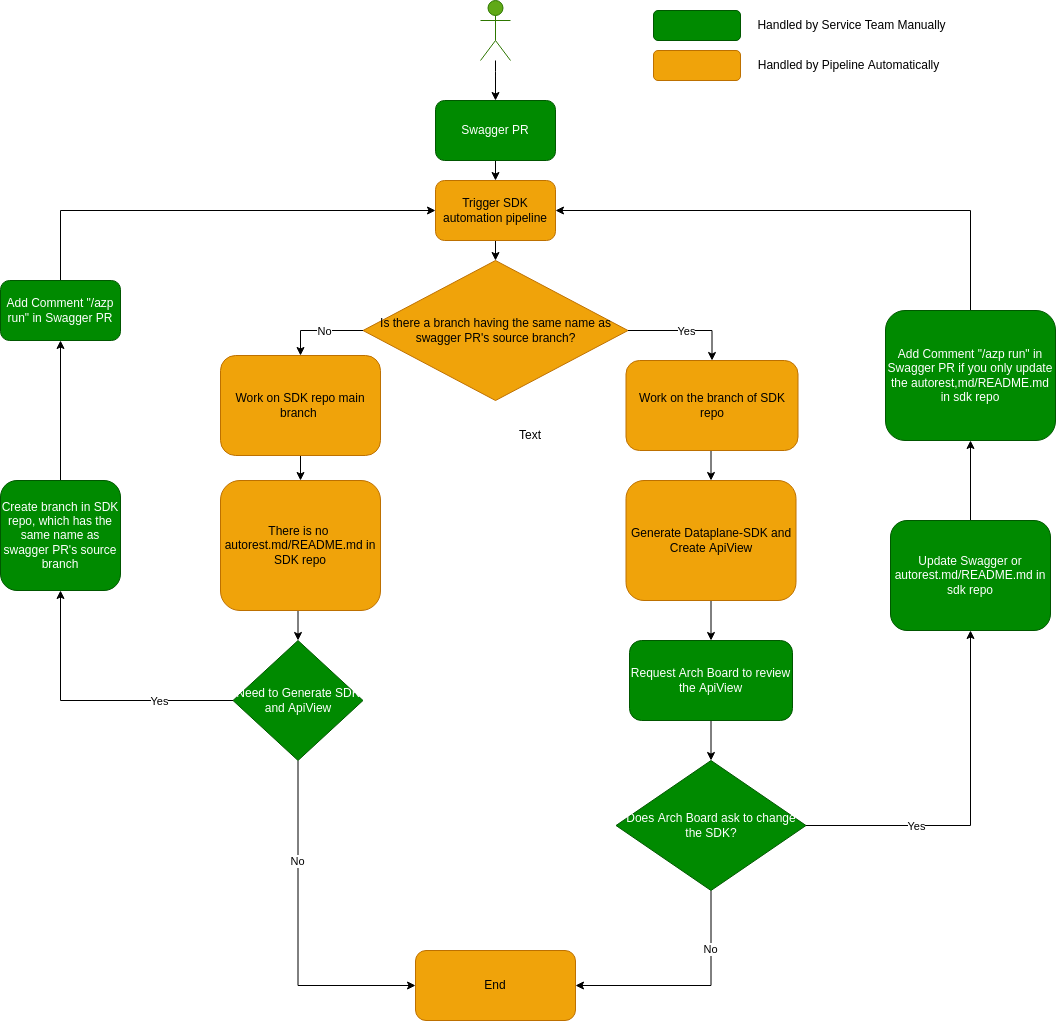
This is documentation/onboard-dpg-in-sdkautomation/workflow-new-sdk.drawio.png from Azure/azure-rest-api-specs, a draw.io export, as it was before one commit. Source tidied: cells renumbered, new cells last; positions are measured from the earlier drawing's top-left corner, leaving out a move shared by most shapes. Its diagram source:
```xml
<mxGraphModel>
  <root>
    <mxCell id="0" />
    <mxCell id="1" parent="0" />
    <mxCell id="2" style="edgeStyle=orthogonalEdgeStyle;rounded=0;jettySize=auto;html=1;entryX=0.5;entryY=0;entryDx=0;entryDy=0;" parent="1" edge="1" source="3" target="5">
      <mxGeometry relative="1" as="geometry" />
    </mxCell>
    <mxCell id="3" value="Actor" style="shape=umlActor;verticalLabelPosition=bottom;verticalAlign=top;html=1;outlineConnect=0;fillColor=#60a917;fontColor=#ffffff;strokeColor=#2D7600;" parent="1" vertex="1">
      <mxGeometry x="480" width="30" height="60" as="geometry" />
    </mxCell>
    <mxCell id="4" style="edgeStyle=orthogonalEdgeStyle;rounded=0;jettySize=auto;html=1;exitX=0.5;exitY=1;exitDx=0;exitDy=0;entryX=0.5;entryY=0;entryDx=0;entryDy=0;" parent="1" edge="1" source="5" target="28">
      <mxGeometry relative="1" as="geometry" />
    </mxCell>
    <mxCell id="5" value="Swagger PR" style="rounded=1;whiteSpace=wrap;html=1;fillColor=#008a00;fontColor=#ffffff;strokeColor=#005700;" parent="1" vertex="1">
      <mxGeometry x="435" y="100" width="120" height="60" as="geometry" />
    </mxCell>
    <mxCell id="6" style="edgeStyle=orthogonalEdgeStyle;rounded=0;jettySize=auto;html=1;exitX=0;exitY=0.5;exitDx=0;exitDy=0;entryX=0.5;entryY=0;entryDx=0;entryDy=0;" parent="1" edge="1" source="10" target="12">
      <mxGeometry relative="1" as="geometry" />
    </mxCell>
    <mxCell id="7" value="No" style="edgeLabel;html=1;align=center;verticalAlign=middle;" parent="6" vertex="1">
      <mxGeometry x="0.12" y="1" relative="1" as="geometry">
        <mxPoint x="10" y="-1" as="offset" />
      </mxGeometry>
    </mxCell>
    <mxCell id="8" style="edgeStyle=orthogonalEdgeStyle;rounded=0;jettySize=auto;html=1;exitX=1;exitY=0.5;exitDx=0;exitDy=0;entryX=0.5;entryY=0;entryDx=0;entryDy=0;" parent="1" edge="1" source="10" target="17">
      <mxGeometry relative="1" as="geometry" />
    </mxCell>
    <mxCell id="9" value="Yes" style="edgeLabel;html=1;align=center;verticalAlign=middle;" parent="8" vertex="1">
      <mxGeometry x="0.25" y="-1" relative="1" as="geometry">
        <mxPoint x="-13" y="-1" as="offset" />
      </mxGeometry>
    </mxCell>
    <mxCell id="10" value="Is there a branch having the same name as swagger PR's source branch?" style="rhombus;whiteSpace=wrap;html=1;fillColor=#f0a30a;fontColor=#000000;strokeColor=#BD7000;" parent="1" vertex="1">
      <mxGeometry x="362.5" y="260" width="265" height="140" as="geometry" />
    </mxCell>
    <mxCell id="11" style="edgeStyle=orthogonalEdgeStyle;rounded=0;jettySize=auto;html=1;exitX=0.5;exitY=1;exitDx=0;exitDy=0;entryX=0.5;entryY=0;entryDx=0;entryDy=0;" parent="1" edge="1" source="12" target="14">
      <mxGeometry relative="1" as="geometry" />
    </mxCell>
    <mxCell id="12" value="Work on SDK repo main branch&amp;nbsp;" style="rounded=1;whiteSpace=wrap;html=1;fillColor=#f0a30a;fontColor=#000000;strokeColor=#BD7000;" parent="1" vertex="1">
      <mxGeometry x="220" y="355" width="160" height="100" as="geometry" />
    </mxCell>
    <mxCell id="13" style="edgeStyle=orthogonalEdgeStyle;rounded=0;jettySize=auto;html=1;exitX=0.5;exitY=1;exitDx=0;exitDy=0;entryX=0.5;entryY=0;entryDx=0;entryDy=0;" parent="1" edge="1" source="14" target="24">
      <mxGeometry relative="1" as="geometry" />
    </mxCell>
    <mxCell id="14" value="There is no&amp;nbsp; autorest.md/README.md in SDK repo" style="rounded=1;whiteSpace=wrap;html=1;fillColor=#f0a30a;fontColor=#000000;strokeColor=#BD7000;" parent="1" vertex="1">
      <mxGeometry x="220" y="480" width="160" height="130" as="geometry" />
    </mxCell>
    <mxCell id="15" value="End" style="rounded=1;whiteSpace=wrap;html=1;fillColor=#f0a30a;fontColor=#000000;strokeColor=#BD7000;" parent="1" vertex="1">
      <mxGeometry x="415" y="950" width="160" height="70" as="geometry" />
    </mxCell>
    <mxCell id="16" style="edgeStyle=orthogonalEdgeStyle;rounded=0;jettySize=auto;html=1;exitX=0.5;exitY=1;exitDx=0;exitDy=0;entryX=0.5;entryY=0;entryDx=0;entryDy=0;" parent="1" edge="1" source="17" target="19">
      <mxGeometry relative="1" as="geometry" />
    </mxCell>
    <mxCell id="17" value="Work on the branch of SDK repo" style="rounded=1;whiteSpace=wrap;html=1;fillColor=#f0a30a;fontColor=#000000;strokeColor=#BD7000;" parent="1" vertex="1">
      <mxGeometry x="625.5" y="360" width="172" height="90" as="geometry" />
    </mxCell>
    <mxCell id="18" style="edgeStyle=orthogonalEdgeStyle;rounded=0;jettySize=auto;html=1;exitX=0.5;exitY=1;exitDx=0;exitDy=0;entryX=0.5;entryY=0;entryDx=0;entryDy=0;" parent="1" edge="1" source="19" target="37">
      <mxGeometry relative="1" as="geometry" />
    </mxCell>
    <mxCell id="19" value="Generate Dataplane-SDK and Create ApiView" style="rounded=1;whiteSpace=wrap;html=1;fillColor=#f0a30a;fontColor=#000000;strokeColor=#BD7000;" parent="1" vertex="1">
      <mxGeometry x="625.5" y="480" width="170" height="120" as="geometry" />
    </mxCell>
    <mxCell id="20" style="edgeStyle=orthogonalEdgeStyle;rounded=0;jettySize=auto;html=1;exitX=0.5;exitY=1;exitDx=0;exitDy=0;entryX=0;entryY=0.5;entryDx=0;entryDy=0;" parent="1" edge="1" source="24" target="15">
      <mxGeometry relative="1" as="geometry" />
    </mxCell>
    <mxCell id="21" value="No" style="edgeLabel;html=1;align=center;verticalAlign=middle;" parent="20" vertex="1">
      <mxGeometry x="-0.42" y="-1" relative="1" as="geometry" />
    </mxCell>
    <mxCell id="22" style="edgeStyle=orthogonalEdgeStyle;rounded=0;jettySize=auto;html=1;exitX=0;exitY=0.5;exitDx=0;exitDy=0;entryX=0.5;entryY=1;entryDx=0;entryDy=0;" parent="1" edge="1" source="24" target="26">
      <mxGeometry relative="1" as="geometry" />
    </mxCell>
    <mxCell id="23" value="Yes" style="edgeLabel;html=1;align=center;verticalAlign=middle;" parent="22" vertex="1">
      <mxGeometry x="-0.47" relative="1" as="geometry" />
    </mxCell>
    <mxCell id="24" value="Need to Generate SDK and ApiView" style="rhombus;whiteSpace=wrap;html=1;fillColor=#008a00;fontColor=#ffffff;strokeColor=#005700;" parent="1" vertex="1">
      <mxGeometry x="232.5" y="640" width="130" height="120" as="geometry" />
    </mxCell>
    <mxCell id="25" style="edgeStyle=orthogonalEdgeStyle;rounded=0;jettySize=auto;html=1;exitX=0.5;exitY=0;exitDx=0;exitDy=0;entryX=0.5;entryY=1;entryDx=0;entryDy=0;" parent="1" edge="1" source="26" target="30">
      <mxGeometry relative="1" as="geometry" />
    </mxCell>
    <mxCell id="26" value="Create branch in SDK repo, which has the same name as swagger PR's source branch" style="rounded=1;whiteSpace=wrap;html=1;fillColor=#008a00;fontColor=#ffffff;strokeColor=#005700;" parent="1" vertex="1">
      <mxGeometry y="480" width="120" height="110" as="geometry" />
    </mxCell>
    <mxCell id="27" style="edgeStyle=orthogonalEdgeStyle;rounded=0;jettySize=auto;html=1;exitX=0.5;exitY=1;exitDx=0;exitDy=0;entryX=0.5;entryY=0;entryDx=0;entryDy=0;" parent="1" edge="1" source="28" target="10">
      <mxGeometry relative="1" as="geometry" />
    </mxCell>
    <mxCell id="28" value="Trigger SDK automation pipeline" style="rounded=1;whiteSpace=wrap;html=1;fillColor=#f0a30a;fontColor=#000000;strokeColor=#BD7000;" parent="1" vertex="1">
      <mxGeometry x="435" y="180" width="120" height="60" as="geometry" />
    </mxCell>
    <mxCell id="29" style="edgeStyle=orthogonalEdgeStyle;rounded=0;jettySize=auto;html=1;exitX=0.5;exitY=0;exitDx=0;exitDy=0;entryX=0;entryY=0.5;entryDx=0;entryDy=0;" parent="1" edge="1" source="30" target="28">
      <mxGeometry relative="1" as="geometry" />
    </mxCell>
    <mxCell id="30" value="Add Comment &quot;/azp run&quot; in Swagger PR" style="rounded=1;whiteSpace=wrap;html=1;fillColor=#008a00;fontColor=#ffffff;strokeColor=#005700;" parent="1" vertex="1">
      <mxGeometry y="280" width="120" height="60" as="geometry" />
    </mxCell>
    <mxCell id="31" style="rounded=1;whiteSpace=wrap;html=1;fillColor=#008a00;fontColor=#ffffff;strokeColor=#005700;" parent="1" vertex="1">
      <mxGeometry x="653" y="10" width="87" height="30" as="geometry" />
    </mxCell>
    <mxCell id="32" value="Text" style="text;html=1;strokeColor=none;fillColor=none;align=center;verticalAlign=middle;whiteSpace=wrap;rounded=0;" parent="1" vertex="1">
      <mxGeometry x="500" y="420" width="60" height="30" as="geometry" />
    </mxCell>
    <mxCell id="33" value="Handled by Service Team Manually" style="text;html=1;align=center;verticalAlign=middle;strokeColor=none;fillColor=none;" parent="1" vertex="1">
      <mxGeometry x="751" y="15" width="200" height="20" as="geometry" />
    </mxCell>
    <mxCell id="34" style="rounded=1;whiteSpace=wrap;html=1;fillColor=#f0a30a;fontColor=#000000;strokeColor=#BD7000;" parent="1" vertex="1">
      <mxGeometry x="653" y="50" width="87" height="30" as="geometry" />
    </mxCell>
    <mxCell id="35" value="Handled by Pipeline Automatically" style="text;html=1;align=center;verticalAlign=middle;strokeColor=none;fillColor=none;" parent="1" vertex="1">
      <mxGeometry x="748" y="55" width="200" height="20" as="geometry" />
    </mxCell>
    <mxCell id="36" style="edgeStyle=orthogonalEdgeStyle;rounded=0;jettySize=auto;html=1;exitX=0.5;exitY=1;exitDx=0;exitDy=0;entryX=0.5;entryY=0;entryDx=0;entryDy=0;" parent="1" edge="1" source="37" target="42">
      <mxGeometry relative="1" as="geometry" />
    </mxCell>
    <mxCell id="37" value="Request Arch Board to review the ApiView" style="rounded=1;whiteSpace=wrap;html=1;fillColor=#008a00;fontColor=#ffffff;strokeColor=#005700;" parent="1" vertex="1">
      <mxGeometry x="629" y="640" width="163" height="80" as="geometry" />
    </mxCell>
    <mxCell id="38" style="edgeStyle=orthogonalEdgeStyle;rounded=0;jettySize=auto;html=1;exitX=0.5;exitY=1;exitDx=0;exitDy=0;entryX=1;entryY=0.5;entryDx=0;entryDy=0;" parent="1" edge="1" source="42" target="15">
      <mxGeometry relative="1" as="geometry" />
    </mxCell>
    <mxCell id="39" value="No" style="edgeLabel;html=1;align=center;verticalAlign=middle;" parent="38" vertex="1">
      <mxGeometry x="-0.5" y="-1" relative="1" as="geometry" />
    </mxCell>
    <mxCell id="40" style="edgeStyle=orthogonalEdgeStyle;rounded=0;jettySize=auto;html=1;exitX=1;exitY=0.5;exitDx=0;exitDy=0;entryX=0.5;entryY=1;entryDx=0;entryDy=0;" parent="1" edge="1" source="42" target="44">
      <mxGeometry relative="1" as="geometry" />
    </mxCell>
    <mxCell id="41" value="Yes" style="edgeLabel;html=1;align=center;verticalAlign=middle;" parent="40" vertex="1">
      <mxGeometry x="-0.39" relative="1" as="geometry" />
    </mxCell>
    <mxCell id="42" value="Does Arch Board ask to change the SDK?" style="rhombus;whiteSpace=wrap;html=1;fillColor=#008a00;fontColor=#ffffff;strokeColor=#005700;" parent="1" vertex="1">
      <mxGeometry x="615.5" y="760" width="190" height="130" as="geometry" />
    </mxCell>
    <mxCell id="43" style="edgeStyle=orthogonalEdgeStyle;rounded=0;jettySize=auto;html=1;exitX=0.5;exitY=0;exitDx=0;exitDy=0;entryX=0.5;entryY=1;entryDx=0;entryDy=0;" parent="1" edge="1" source="44" target="46">
      <mxGeometry relative="1" as="geometry" />
    </mxCell>
    <mxCell id="44" value="Update Swagger or autorest.md/README.md in sdk repo" style="rounded=1;whiteSpace=wrap;html=1;fillColor=#008a00;fontColor=#ffffff;strokeColor=#005700;" parent="1" vertex="1">
      <mxGeometry x="890" y="520" width="160" height="110" as="geometry" />
    </mxCell>
    <mxCell id="45" style="edgeStyle=orthogonalEdgeStyle;rounded=0;jettySize=auto;html=1;exitX=0.5;exitY=0;exitDx=0;exitDy=0;entryX=1;entryY=0.5;entryDx=0;entryDy=0;" parent="1" edge="1" source="46" target="28">
      <mxGeometry relative="1" as="geometry" />
    </mxCell>
    <mxCell id="46" value="Add Comment &quot;/azp run&quot; in Swagger PR if you only update the autorest,md/README.md in sdk repo" style="rounded=1;whiteSpace=wrap;html=1;fillColor=#008a00;fontColor=#ffffff;strokeColor=#005700;" parent="1" vertex="1">
      <mxGeometry x="885" y="310" width="170" height="130" as="geometry" />
    </mxCell>
  </root>
</mxGraphModel>
```
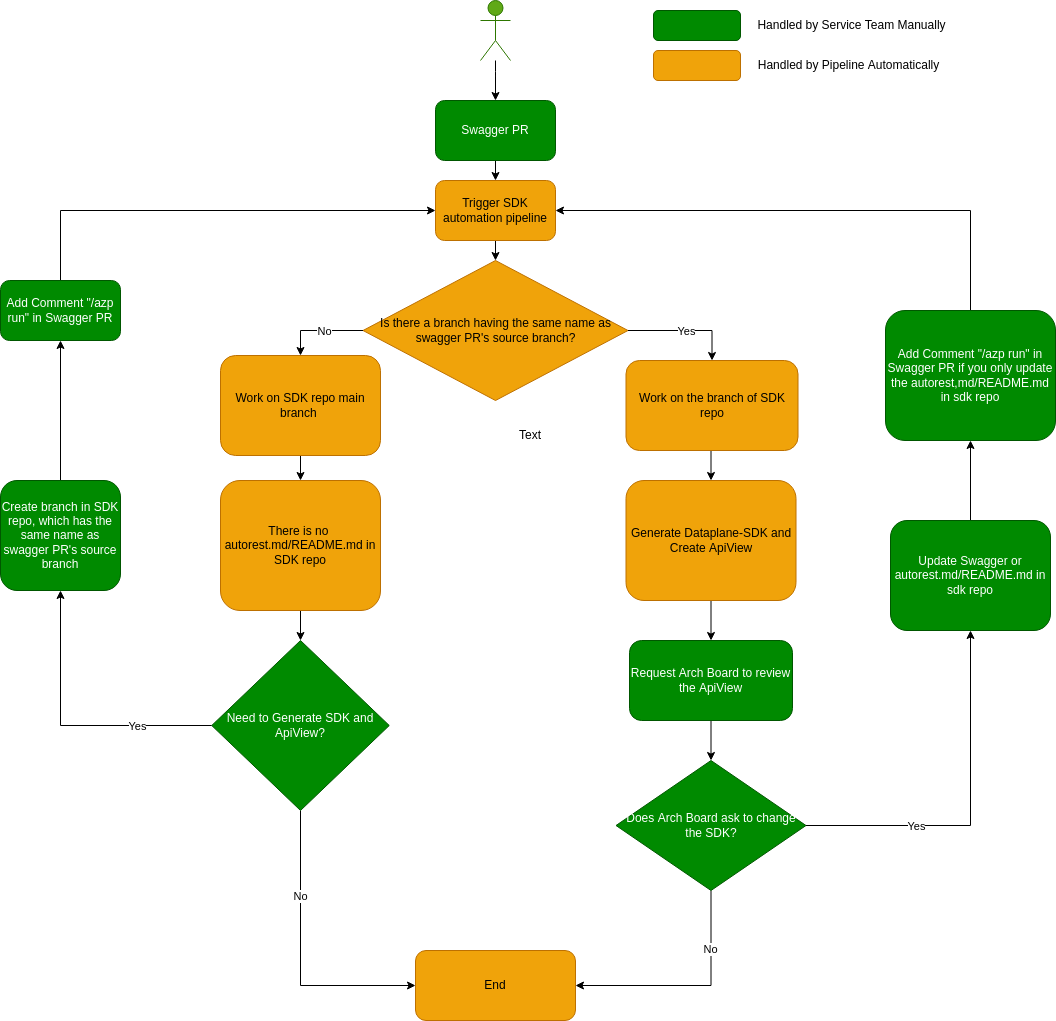
The same diagram one commit later.

Commit message:
dpg sdk automation doc

Change to the diagram source:
```diff
@@ -72,8 +72,8 @@
     <mxCell id="23" value="Yes" style="edgeLabel;html=1;align=center;verticalAlign=middle;" parent="22" vertex="1">
       <mxGeometry x="-0.47" relative="1" as="geometry" />
     </mxCell>
-    <mxCell id="24" value="Need to Generate SDK and ApiView" style="rhombus;whiteSpace=wrap;html=1;fillColor=#008a00;fontColor=#ffffff;strokeColor=#005700;" parent="1" vertex="1">
-      <mxGeometry x="232.5" y="640" width="130" height="120" as="geometry" />
+    <mxCell id="24" value="Need to Generate SDK and ApiView?" style="rhombus;whiteSpace=wrap;html=1;fillColor=#008a00;fontColor=#ffffff;strokeColor=#005700;" parent="1" vertex="1">
+      <mxGeometry x="211.2" y="640" width="177.5" height="170" as="geometry" />
     </mxCell>
     <mxCell id="25" style="edgeStyle=orthogonalEdgeStyle;rounded=0;jettySize=auto;html=1;exitX=0.5;exitY=0;exitDx=0;exitDy=0;entryX=0.5;entryY=1;entryDx=0;entryDy=0;" parent="1" edge="1" source="26" target="30">
       <mxGeometry relative="1" as="geometry" />
```
